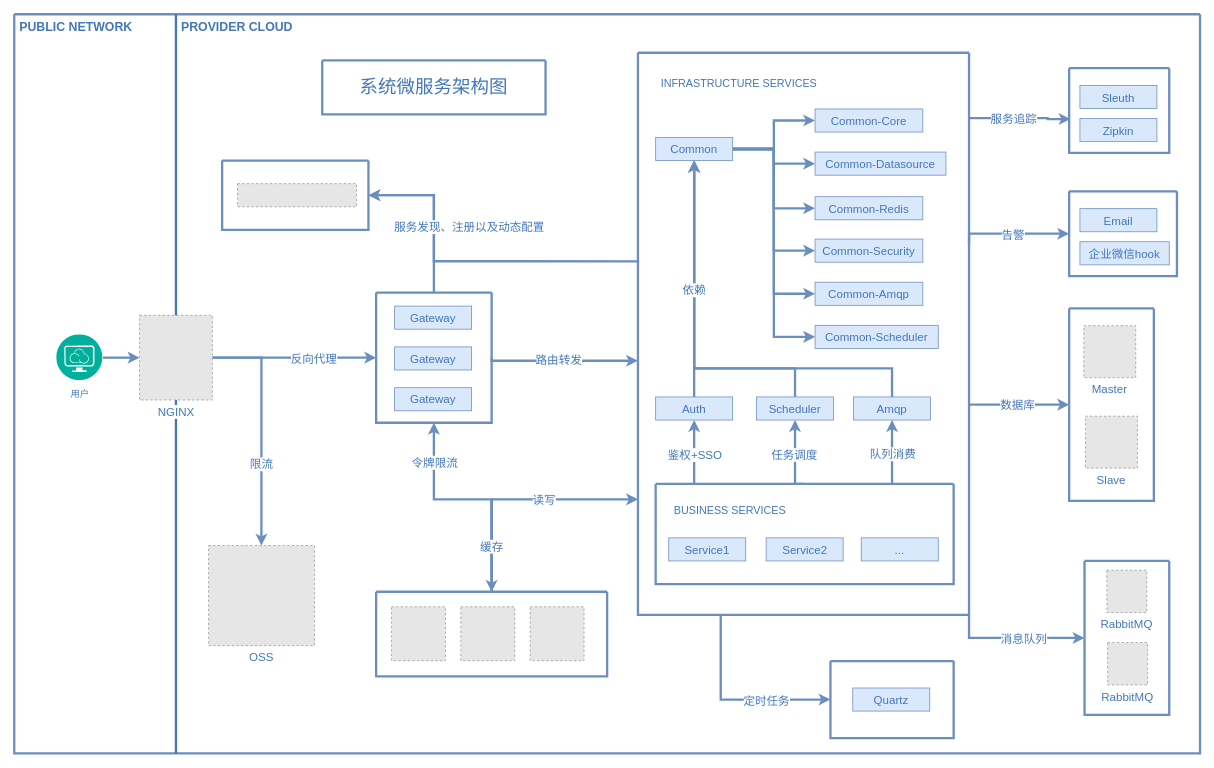
Earlier version of the draw.io diagram ms.drawio (vyuvlink/images). Source tidied: cells renumbered, new cells numbered last; positions are measured from the earlier drawing's top-left corner, leaving out a move shared by most shapes. Both pictures are drawn from the tidied source at 77%, with x=0, y=0 at pixel (14, 14). Pictures stored in the file or linked from it are replaced by grey dashed boxes.
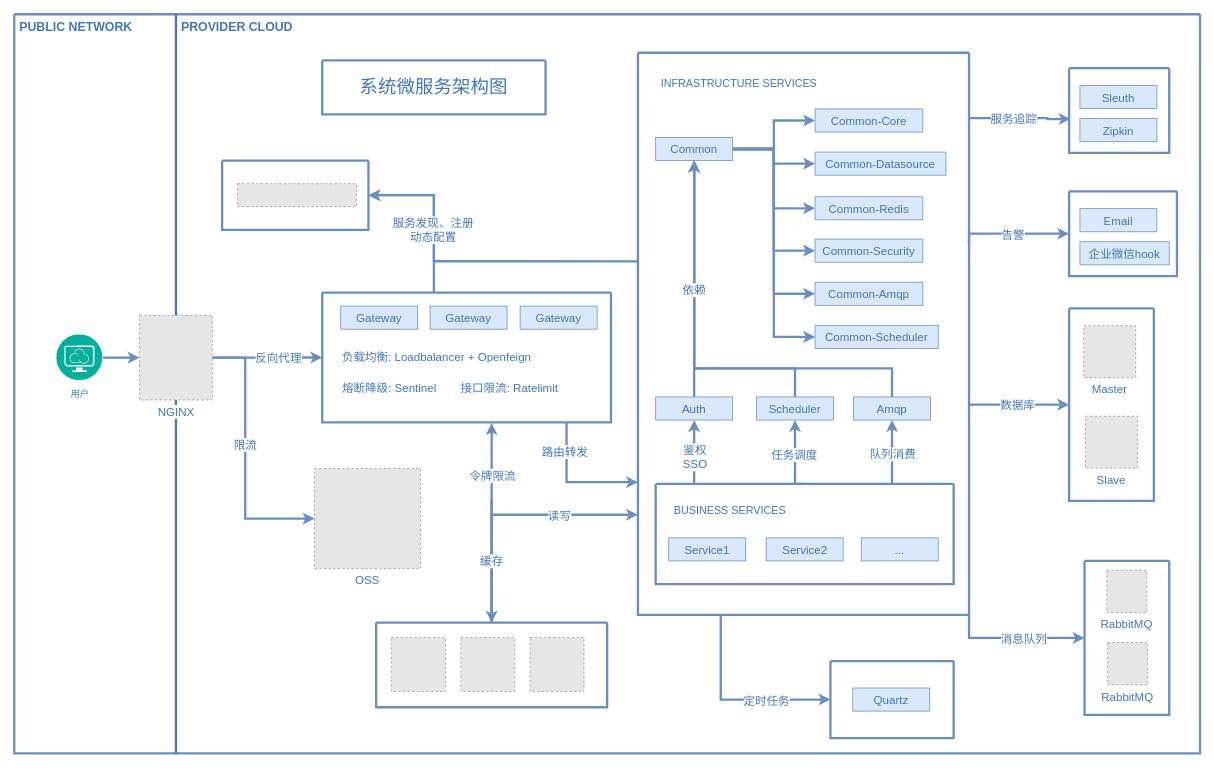
Above is the later version.

The change refers to these unchanged cells:
```xml
<mxCell id="2" style="swimlane;shadow=0;strokeColor=#6c8ebf;fillColor=#dae8fc;align=center;startSize=0;strokeWidth=3;" parent="1" vertex="1">
  <mxGeometry width="1540" height="960" as="geometry" />
</mxCell>
<mxCell id="11" value="&lt;div style=&quot;font-size: 15px;&quot;&gt;NGINX&lt;br style=&quot;font-size: 15px;&quot;&gt;&lt;/div&gt;" style="fillColor=#E6E6E6;strokeColor=#999999;dashed=1;verticalLabelPosition=bottom;labelBackgroundColor=default;verticalAlign=top;fontColor=#4277BB;html=1;fontSize=15;fontStyle=0;" parent="2" vertex="1">
  <mxGeometry x="162.7" y="391" width="94.6" height="110" as="geometry" />
</mxCell>
<mxCell id="21" style="edgeStyle=orthogonalEdgeStyle;rounded=0;jettySize=auto;html=1;exitX=-0.003;exitY=0.371;exitDx=0;exitDy=0;entryX=1;entryY=0.5;entryDx=0;entryDy=0;shadow=0;strokeColor=#6c8ebf;strokeWidth=3;align=center;verticalAlign=middle;fontFamily=Helvetica;fontSize=12;fontColor=default;fontStyle=1;labelBackgroundColor=default;startSize=0;endArrow=classic;fillColor=#dae8fc;exitPerimeter=0;" parent="2" edge="1" source="31" target="75">
  <mxGeometry relative="1" as="geometry">
    <Array as="points">
      <mxPoint x="545" y="321" />
      <mxPoint x="545" y="235" />
    </Array>
  </mxGeometry>
</mxCell>
<mxCell id="31" style="swimlane;shadow=0;strokeColor=#6c8ebf;fillColor=#dae8fc;align=center;startSize=0;strokeWidth=3;" parent="2" vertex="1">
  <mxGeometry x="810" y="50" width="430" height="730" as="geometry" />
</mxCell>
<mxCell id="33" style="edgeStyle=orthogonalEdgeStyle;rounded=0;jettySize=auto;html=1;entryX=0.5;entryY=1;entryDx=0;entryDy=0;shadow=0;strokeColor=#6c8ebf;strokeWidth=3;align=center;verticalAlign=middle;fontFamily=Helvetica;fontSize=12;fontColor=default;fontStyle=1;labelBackgroundColor=default;startSize=0;endArrow=classic;fillColor=#dae8fc;" parent="31" edge="1" source="39" target="51">
  <mxGeometry relative="1" as="geometry">
    <Array as="points">
      <mxPoint x="73" y="530" />
      <mxPoint x="73" y="530" />
    </Array>
  </mxGeometry>
</mxCell>
```

What changed in the source:
```diff
@@
     <mxCell id="7" style="edgeStyle=orthogonalEdgeStyle;rounded=0;jettySize=auto;html=1;entryX=0;entryY=0.5;entryDx=0;entryDy=0;shadow=0;strokeColor=#6c8ebf;strokeWidth=3;align=center;verticalAlign=middle;fontFamily=Helvetica;fontSize=12;fontColor=default;fontStyle=1;startSize=0;fillColor=#dae8fc;" parent="2" edge="1" source="11" target="16">
-      <mxGeometry relative="1" as="geometry">
-        <Array as="points">
-          <mxPoint x="460" y="446" />
-        </Array>
-      </mxGeometry>
+      <mxGeometry relative="1" as="geometry" />
     </mxCell>
     <mxCell id="8" value="&lt;font color=&quot;#4277bb&quot; style=&quot;font-size: 15px;&quot;&gt;反向代理&lt;/font&gt;" style="edgeLabel;html=1;align=center;verticalAlign=middle;" parent="7" vertex="1">
       <mxGeometry x="-0.04" y="1" relative="1" as="geometry">
-        <mxPoint x="29" y="2" as="offset" />
+        <mxPoint x="16" as="offset" />
       </mxGeometry>
     </mxCell>
     <mxCell id="9" style="edgeStyle=orthogonalEdgeStyle;rounded=0;jettySize=auto;html=1;shadow=0;strokeColor=#6c8ebf;strokeWidth=3;align=center;verticalAlign=middle;fontFamily=Helvetica;fontSize=12;fontColor=default;fontStyle=1;labelBackgroundColor=default;startSize=0;endArrow=classic;fillColor=#dae8fc;" parent="2" edge="1" source="11" target="66">
       <mxGeometry relative="1" as="geometry">
         <Array as="points">
-          <mxPoint x="321" y="446" />
+          <mxPoint x="300" y="446" />
         </Array>
       </mxGeometry>
     </mxCell>
     <mxCell id="10" value="&lt;font color=&quot;#4277bb&quot; style=&quot;font-size: 15px;&quot;&gt;限流&lt;/font&gt;" style="edgeLabel;html=1;align=center;verticalAlign=middle;" parent="9" vertex="1">
       <mxGeometry x="0.31" y="-1" relative="1" as="geometry">
-        <mxPoint y="-1" as="offset" />
+        <mxPoint y="-69" as="offset" />
       </mxGeometry>
     </mxCell>
@@
-    <mxCell id="13" style="edgeStyle=orthogonalEdgeStyle;rounded=0;jettySize=auto;html=1;exitX=1;exitY=0.5;exitDx=0;exitDy=0;shadow=0;strokeColor=#6c8ebf;strokeWidth=3;align=center;verticalAlign=middle;fontFamily=Helvetica;fontSize=12;fontColor=default;fontStyle=1;startSize=0;fillColor=#dae8fc;" parent="2" edge="1" source="16" target="31">
-      <mxGeometry relative="1" as="geometry">
-        <Array as="points">
-          <mxPoint x="620" y="450" />
-        </Array>
-      </mxGeometry>
-    </mxCell>
-    <mxCell id="14" value="&lt;font color=&quot;#4277bb&quot; style=&quot;font-size: 15px;&quot;&gt;路由转发&lt;/font&gt;" style="edgeLabel;html=1;align=center;verticalAlign=middle;" parent="13" vertex="1">
-      <mxGeometry x="-0.13" relative="1" as="geometry">
-        <mxPoint x="6" y="-2" as="offset" />
-      </mxGeometry>
-    </mxCell>
@@
     <mxCell id="16" style="swimlane;shadow=0;strokeColor=#6c8ebf;fillColor=#dae8fc;align=center;startSize=0;strokeWidth=3;" parent="2" vertex="1">
-      <mxGeometry x="470" y="361.5" width="150" height="169" as="geometry" />
+      <mxGeometry x="400" y="361.5" width="375" height="168.5" as="geometry" />
     </mxCell>
@@
     <mxCell id="18" value="Gateway" style="text;html=1;align=center;verticalAlign=middle;whiteSpace=wrap;rounded=0;fillColor=#dae8fc;strokeColor=#6c8ebf;perimeterSpacing=0;fontSize=15;fontColor=#4277BB;" parent="16" vertex="1">
-      <mxGeometry x="24" y="123.5" width="100" height="30" as="geometry" />
+      <mxGeometry x="257" y="17.5" width="100" height="30" as="geometry" />
     </mxCell>
     <mxCell id="19" value="Gateway" style="text;html=1;align=center;verticalAlign=middle;whiteSpace=wrap;rounded=0;fillColor=#dae8fc;strokeColor=#6c8ebf;perimeterSpacing=0;fontSize=15;fontColor=#4277BB;" parent="16" vertex="1">
-      <mxGeometry x="24" y="70.5" width="100" height="30" as="geometry" />
+      <mxGeometry x="140" y="17.5" width="100" height="30" as="geometry" />
     </mxCell>
+    <mxCell id="95" value="&lt;div style=&quot;&quot;&gt;&lt;font style=&quot;font-size: 15px;&quot; color=&quot;#4277bb&quot;&gt;负载均衡:&amp;nbsp;&lt;/font&gt;&lt;span style=&quot;font-size: 15px; color: rgb(66, 119, 187);&quot;&gt;Loadbalancer +&amp;nbsp;&lt;/span&gt;&lt;span style=&quot;background-color: initial; font-size: 15px;&quot;&gt;&lt;font color=&quot;#4277bb&quot;&gt;Openfeign&lt;/font&gt;&lt;/span&gt;&lt;/div&gt;" style="text;html=1;align=left;verticalAlign=middle;strokeColor=none;fillColor=none;shadow=0;" parent="16" vertex="1">
+      <mxGeometry x="24" y="68.5" width="270" height="30" as="geometry" />
+    </mxCell>
+    <mxCell id="96" value="&lt;div style=&quot;&quot;&gt;&lt;font style=&quot;background-color: initial; font-size: 15px;&quot; color=&quot;#4277bb&quot;&gt;熔断降级:&amp;nbsp;&lt;/font&gt;&lt;font style=&quot;background-color: initial; font-size: 11px;&quot; color=&quot;#4277bb&quot;&gt;&lt;span style=&quot;font-size: 15px;&quot;&gt;Sentinel&lt;/span&gt;&lt;/font&gt;&lt;/div&gt;" style="text;html=1;align=left;verticalAlign=middle;strokeColor=none;fillColor=none;" parent="16" vertex="1">
+      <mxGeometry x="24" y="108.5" width="150" height="30" as="geometry" />
+    </mxCell>
+    <mxCell id="97" value="&lt;span style=&quot;color: rgb(66, 119, 187); font-size: 15px;&quot;&gt;接口限流: Ratelimit&lt;/span&gt;" style="text;html=1;align=left;verticalAlign=middle;strokeColor=none;fillColor=none;" parent="16" vertex="1">
+      <mxGeometry x="177.5" y="108.5" width="150" height="30" as="geometry" />
+    </mxCell>
@@
-    <mxCell id="22" value="&lt;font style=&quot;font-size: 15px;&quot;&gt;服务发现、&lt;/font&gt;&lt;span style=&quot;font-size: 15px;&quot;&gt;注册以及动态配置&lt;/span&gt;" style="edgeLabel;html=1;align=center;verticalAlign=middle;fontColor=#4277BB;" parent="21" vertex="1">
+    <mxCell id="22" value="&lt;font style=&quot;font-size: 15px;&quot;&gt;服务发现、&lt;/font&gt;&lt;span style=&quot;font-size: 15px;&quot;&gt;注册&lt;/span&gt;&lt;div&gt;&lt;span style=&quot;font-size: 15px;&quot;&gt;动态配置&lt;/span&gt;&lt;/div&gt;" style="edgeLabel;html=1;align=center;verticalAlign=middle;fontColor=#4277BB;" parent="21" vertex="1">
       <mxGeometry x="0.69" y="2" relative="1" as="geometry">
-        <mxPoint x="63" y="38" as="offset" />
+        <mxPoint x="16" y="42" as="offset" />
       </mxGeometry>
     </mxCell>
@@
-    <mxCell id="34" value="&lt;font color=&quot;#4277bb&quot;&gt;&lt;span style=&quot;font-size: 15px;&quot;&gt;鉴权+SSO&lt;/span&gt;&lt;/font&gt;" style="edgeLabel;html=1;align=center;verticalAlign=middle;" parent="33" vertex="1">
+    <mxCell id="34" value="&lt;font color=&quot;#4277bb&quot;&gt;&lt;span style=&quot;font-size: 15px;&quot;&gt;鉴权&lt;/span&gt;&lt;/font&gt;&lt;div&gt;&lt;font color=&quot;#4277bb&quot;&gt;&lt;span style=&quot;font-size: 15px;&quot;&gt;SSO&lt;/span&gt;&lt;/font&gt;&lt;/div&gt;" style="edgeLabel;html=1;align=center;verticalAlign=middle;" parent="33" vertex="1">
       <mxGeometry x="-0.06" y="-2" relative="1" as="geometry">
-        <mxPoint x="-2" as="offset" />
+        <mxPoint x="-2" y="3" as="offset" />
       </mxGeometry>
     </mxCell>
@@
-    <mxCell id="64" style="edgeStyle=orthogonalEdgeStyle;rounded=0;jettySize=auto;html=1;exitX=0.5;exitY=0;exitDx=0;exitDy=0;entryX=0.5;entryY=1;entryDx=0;entryDy=0;shadow=0;strokeColor=#6c8ebf;strokeWidth=3;align=center;verticalAlign=middle;fontFamily=Helvetica;fontSize=12;fontColor=default;fontStyle=1;labelBackgroundColor=default;startSize=0;endArrow=classic;fillColor=#dae8fc;" parent="2" edge="1" source="67" target="16">
+    <mxCell id="64" style="edgeStyle=orthogonalEdgeStyle;rounded=0;jettySize=auto;html=1;exitX=0.5;exitY=0;exitDx=0;exitDy=0;shadow=0;strokeColor=#6c8ebf;strokeWidth=3;align=center;verticalAlign=middle;fontFamily=Helvetica;fontSize=12;fontColor=default;fontStyle=1;labelBackgroundColor=default;startSize=0;endArrow=classic;fillColor=#dae8fc;" parent="2" edge="1" source="67">
       <mxGeometry relative="1" as="geometry">
+        <mxPoint x="620" y="531" as="targetPoint" />
         <Array as="points">
-          <mxPoint x="620" y="630" />
-          <mxPoint x="545" y="630" />
+          <mxPoint x="620" y="530" />
         </Array>
       </mxGeometry>
     </mxCell>
     <mxCell id="65" value="&lt;font color=&quot;#4277bb&quot; style=&quot;font-size: 15px;&quot;&gt;令牌限流&lt;/font&gt;" style="edgeLabel;html=1;align=center;verticalAlign=middle;" parent="64" vertex="1">
       <mxGeometry x="0.6" y="-4" relative="1" as="geometry">
-        <mxPoint x="-4" y="-8" as="offset" />
+        <mxPoint x="-4" y="15" as="offset" />
       </mxGeometry>
     </mxCell>
     <mxCell id="66" value="OSS" style="fillColor=#E6E6E6;strokeColor=#999999;dashed=1;verticalLabelPosition=bottom;labelBackgroundColor=default;verticalAlign=top;fontColor=#4277BB;fontStyle=0;fontSize=15;" parent="2" vertex="1">
-      <mxGeometry x="252.4" y="690" width="137.6" height="130" as="geometry" />
+      <mxGeometry x="390" y="590" width="137.6" height="130" as="geometry" />
     </mxCell>
     <mxCell id="67" style="swimlane;shadow=0;strokeColor=#6c8ebf;fillColor=#dae8fc;align=center;startSize=0;strokeWidth=3;" parent="2" vertex="1">
-      <mxGeometry x="470" y="750" width="300" height="110" as="geometry" />
+      <mxGeometry x="470" y="790" width="300" height="110" as="geometry" />
     </mxCell>
@@
     <mxCell id="71" style="edgeStyle=orthogonalEdgeStyle;rounded=0;jettySize=auto;html=1;exitX=0.5;exitY=0;exitDx=0;exitDy=0;shadow=0;strokeColor=#6c8ebf;strokeWidth=3;align=center;verticalAlign=middle;fontFamily=Helvetica;fontSize=12;fontColor=default;fontStyle=1;labelBackgroundColor=default;startSize=0;endArrow=classic;fillColor=#dae8fc;" parent="2" edge="1" source="67">
       <mxGeometry relative="1" as="geometry">
-        <mxPoint x="810" y="630" as="targetPoint" />
+        <mxPoint x="810" y="650" as="targetPoint" />
         <Array as="points">
-          <mxPoint x="620" y="630" />
-          <mxPoint x="810" y="630" />
+          <mxPoint x="620" y="650" />
         </Array>
       </mxGeometry>
     </mxCell>
     <mxCell id="72" value="&lt;font color=&quot;#4277bb&quot; style=&quot;font-size: 15px;&quot;&gt;读写&lt;/font&gt;" style="edgeLabel;html=1;align=center;verticalAlign=middle;" parent="71" vertex="1">
       <mxGeometry x="0.21" y="1" relative="1" as="geometry">
-        <mxPoint x="-1" y="1" as="offset" />
+        <mxPoint x="27" y="1" as="offset" />
       </mxGeometry>
     </mxCell>
@@
+    <mxCell id="13" style="edgeStyle=orthogonalEdgeStyle;rounded=0;jettySize=auto;html=1;entryX=0;entryY=0.764;entryDx=0;entryDy=0;entryPerimeter=0;exitX=0.846;exitY=1.001;exitDx=0;exitDy=0;exitPerimeter=0;shadow=0;strokeColor=#6c8ebf;strokeWidth=3;align=center;verticalAlign=middle;fontFamily=Helvetica;fontSize=12;fontColor=default;fontStyle=1;labelBackgroundColor=default;startSize=0;endArrow=classic;fillColor=#dae8fc;" parent="2" edge="1" source="16" target="31">
+      <mxGeometry relative="1" as="geometry">
+        <Array as="points">
+          <mxPoint x="717" y="608" />
+        </Array>
+      </mxGeometry>
+    </mxCell>
+    <mxCell id="14" value="&lt;font color=&quot;#4277bb&quot; style=&quot;font-size: 15px;&quot;&gt;路由转发&lt;/font&gt;" style="edgeLabel;html=1;align=center;verticalAlign=middle;" parent="13" vertex="1">
+      <mxGeometry x="-0.56" y="-3" relative="1" as="geometry" />
+    </mxCell>
```
